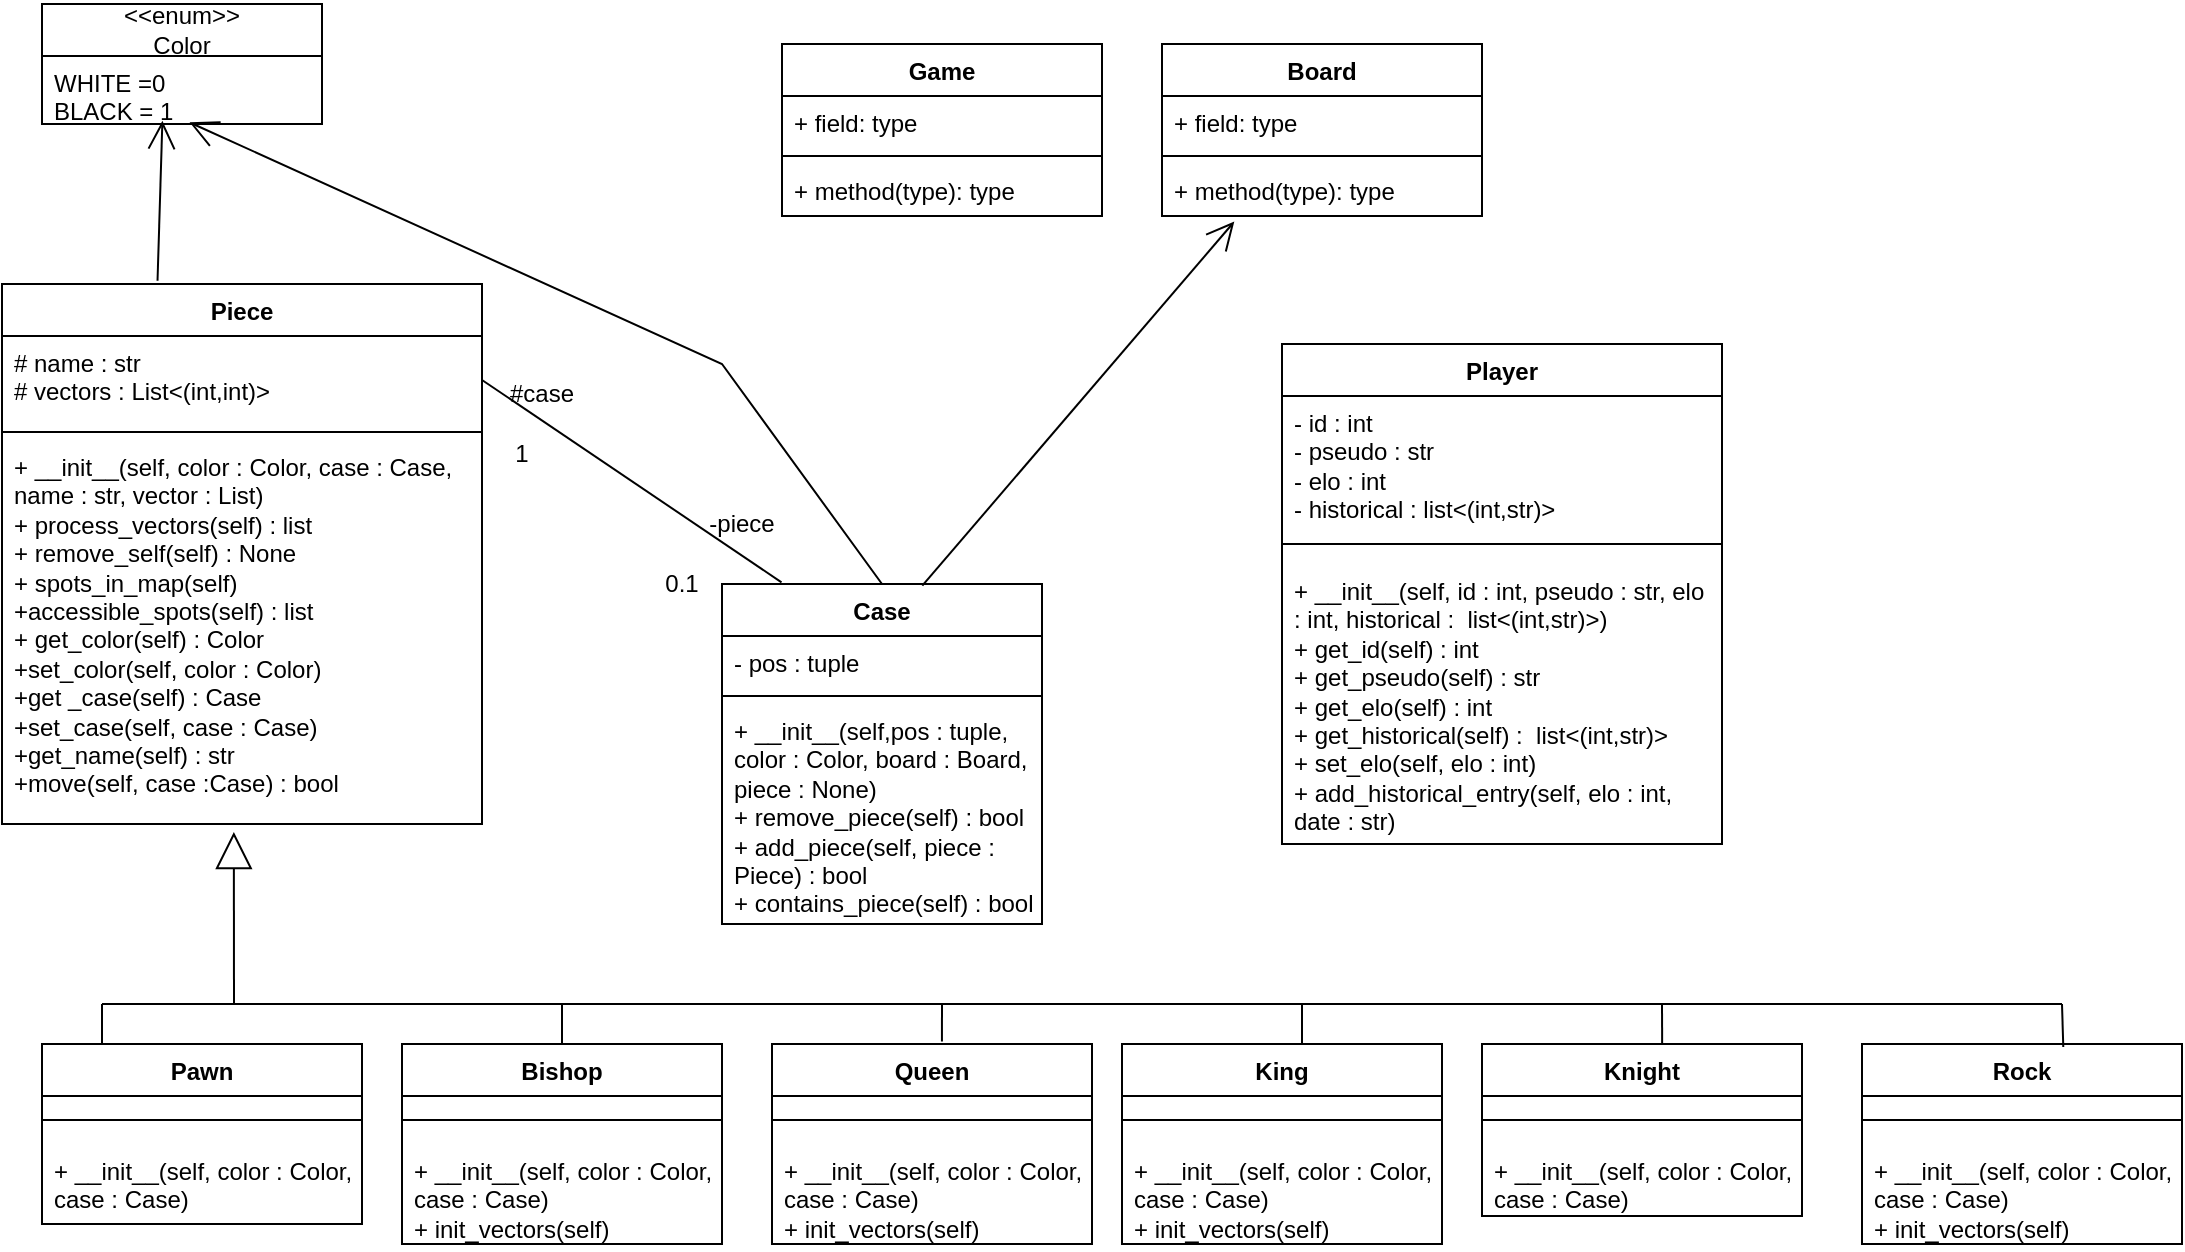
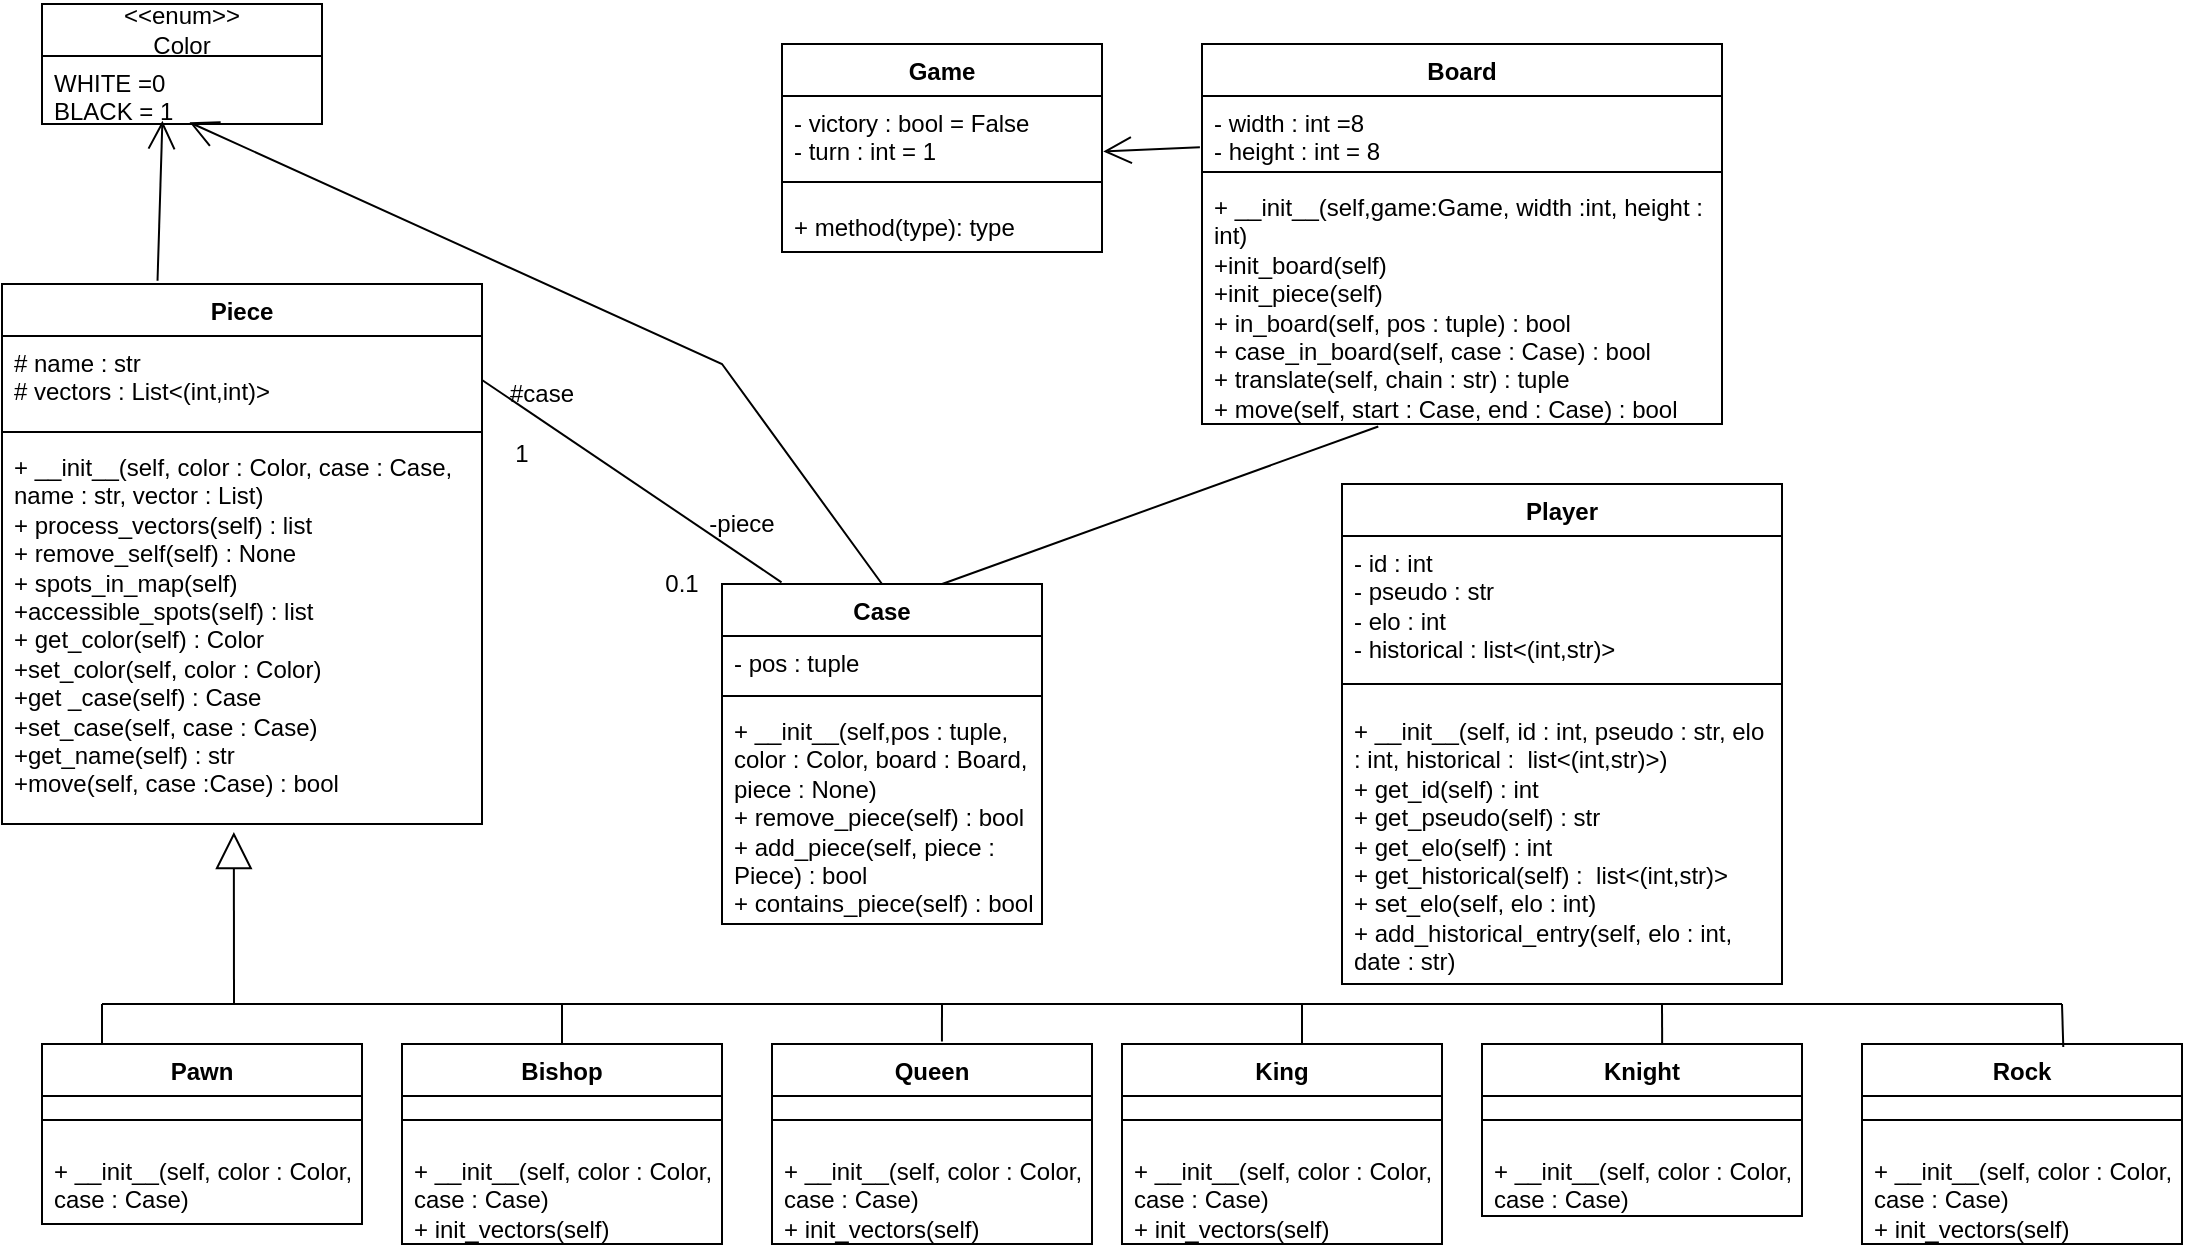
<mxfile host="app.diagrams.net" agent="Mozilla/5.0 (X11; Linux x86_64; rv:146.0) Gecko/20100101 Firefox/146.0" version="29.1.1">
  <diagram name="Page-1" id="ue2nzu8fp39hdbNQRuWm">
    <mxGraphModel dx="1053" dy="668" grid="1" gridSize="10" guides="1" tooltips="1" connect="1" arrows="1" fold="1" page="1" pageScale="1" pageWidth="1169" pageHeight="1654" math="0" shadow="0">
      <root>
        <mxCell id="0" />
        <mxCell id="1" parent="0" />
        <mxCell id="S0ea2ZYKpIamfI4VXVso-1" parent="1" style="swimlane;fontStyle=1;align=center;verticalAlign=top;childLayout=stackLayout;horizontal=1;startSize=26;horizontalStack=0;resizeParent=1;resizeParentMax=0;resizeLast=0;collapsible=1;marginBottom=0;whiteSpace=wrap;html=1;" value="Player" vertex="1">
-           <mxGeometry height="250" width="220" x="690" y="270" as="geometry" />
+           <mxGeometry height="250" width="220" x="720" y="340" as="geometry" />
        </mxCell>
        <mxCell id="S0ea2ZYKpIamfI4VXVso-2" parent="S0ea2ZYKpIamfI4VXVso-1" style="text;strokeColor=none;fillColor=none;align=left;verticalAlign=top;spacingLeft=4;spacingRight=4;overflow=hidden;rotatable=0;points=[[0,0.5],[1,0.5]];portConstraint=eastwest;whiteSpace=wrap;html=1;" value="&lt;div&gt;- id : int&lt;/div&gt;&lt;div&gt;- pseudo : str&lt;/div&gt;&lt;div&gt;- elo : int&lt;/div&gt;&lt;div&gt;- historical : list&amp;lt;(int,str)&amp;gt;&lt;/div&gt;" vertex="1">
          <mxGeometry height="64" width="220" y="26" as="geometry" />
        </mxCell>
        <mxCell id="S0ea2ZYKpIamfI4VXVso-3" parent="S0ea2ZYKpIamfI4VXVso-1" style="line;strokeWidth=1;fillColor=none;align=left;verticalAlign=middle;spacingTop=-1;spacingLeft=3;spacingRight=3;rotatable=0;labelPosition=right;points=[];portConstraint=eastwest;strokeColor=inherit;" value="" vertex="1">
          <mxGeometry height="20" width="220" y="90" as="geometry" />
        </mxCell>
        <mxCell id="S0ea2ZYKpIamfI4VXVso-4" parent="S0ea2ZYKpIamfI4VXVso-1" style="text;strokeColor=none;fillColor=none;align=left;verticalAlign=top;spacingLeft=4;spacingRight=4;overflow=hidden;rotatable=0;points=[[0,0.5],[1,0.5]];portConstraint=eastwest;whiteSpace=wrap;html=1;" value="&lt;div&gt;+ __init__(self, id : int, pseudo : str, elo : int, historical :&amp;nbsp; list&amp;lt;(int,str)&amp;gt;)&lt;/div&gt;&lt;div&gt;+ get_id(self) : int&lt;/div&gt;&lt;div&gt;+ get_pseudo(self) : str&lt;/div&gt;&lt;div&gt;+ get_elo(self) : int&lt;/div&gt;&lt;div&gt;+ get_historical(self) :&amp;nbsp; list&amp;lt;(int,str)&amp;gt;&lt;/div&gt;&lt;div&gt;+ set_elo(self, elo : int)&lt;/div&gt;&lt;div&gt;+ add_historical_entry(self, elo : int, date : str)&lt;/div&gt;" vertex="1">
          <mxGeometry height="140" width="220" y="110" as="geometry" />
        </mxCell>
        <mxCell id="S0ea2ZYKpIamfI4VXVso-5" parent="1" style="swimlane;fontStyle=1;align=center;verticalAlign=top;childLayout=stackLayout;horizontal=1;startSize=26;horizontalStack=0;resizeParent=1;resizeParentMax=0;resizeLast=0;collapsible=1;marginBottom=0;whiteSpace=wrap;html=1;" value="Game" vertex="1">
-           <mxGeometry height="86" width="160" x="440" y="120" as="geometry" />
-         </mxCell>
-         <mxCell id="S0ea2ZYKpIamfI4VXVso-6" parent="S0ea2ZYKpIamfI4VXVso-5" style="text;strokeColor=none;fillColor=none;align=left;verticalAlign=top;spacingLeft=4;spacingRight=4;overflow=hidden;rotatable=0;points=[[0,0.5],[1,0.5]];portConstraint=eastwest;whiteSpace=wrap;html=1;" value="+ field: type" vertex="1">
-           <mxGeometry height="26" width="160" y="26" as="geometry" />
+           <mxGeometry height="104" width="160" x="440" y="120" as="geometry" />
+         </mxCell>
+         <mxCell id="S0ea2ZYKpIamfI4VXVso-6" parent="S0ea2ZYKpIamfI4VXVso-5" style="text;strokeColor=none;fillColor=none;align=left;verticalAlign=top;spacingLeft=4;spacingRight=4;overflow=hidden;rotatable=0;points=[[0,0.5],[1,0.5]];portConstraint=eastwest;whiteSpace=wrap;html=1;" value="&lt;div&gt;- victory : bool = False&lt;/div&gt;&lt;div&gt;- turn : int = 1&lt;/div&gt;" vertex="1">
+           <mxGeometry height="34" width="160" y="26" as="geometry" />
        </mxCell>
        <mxCell id="S0ea2ZYKpIamfI4VXVso-7" parent="S0ea2ZYKpIamfI4VXVso-5" style="line;strokeWidth=1;fillColor=none;align=left;verticalAlign=middle;spacingTop=-1;spacingLeft=3;spacingRight=3;rotatable=0;labelPosition=right;points=[];portConstraint=eastwest;strokeColor=inherit;" value="" vertex="1">
-           <mxGeometry height="8" width="160" y="52" as="geometry" />
+           <mxGeometry height="18" width="160" y="60" as="geometry" />
        </mxCell>
        <mxCell id="S0ea2ZYKpIamfI4VXVso-8" parent="S0ea2ZYKpIamfI4VXVso-5" style="text;strokeColor=none;fillColor=none;align=left;verticalAlign=top;spacingLeft=4;spacingRight=4;overflow=hidden;rotatable=0;points=[[0,0.5],[1,0.5]];portConstraint=eastwest;whiteSpace=wrap;html=1;" value="+ method(type): type" vertex="1">
-           <mxGeometry height="26" width="160" y="60" as="geometry" />
+           <mxGeometry height="26" width="160" y="78" as="geometry" />
        </mxCell>
        <mxCell id="S0ea2ZYKpIamfI4VXVso-9" parent="1" style="swimlane;fontStyle=1;align=center;verticalAlign=top;childLayout=stackLayout;horizontal=1;startSize=26;horizontalStack=0;resizeParent=1;resizeParentMax=0;resizeLast=0;collapsible=1;marginBottom=0;whiteSpace=wrap;html=1;" value="Board" vertex="1">
-           <mxGeometry height="86" width="160" x="630" y="120" as="geometry" />
-         </mxCell>
-         <mxCell id="S0ea2ZYKpIamfI4VXVso-10" parent="S0ea2ZYKpIamfI4VXVso-9" style="text;strokeColor=none;fillColor=none;align=left;verticalAlign=top;spacingLeft=4;spacingRight=4;overflow=hidden;rotatable=0;points=[[0,0.5],[1,0.5]];portConstraint=eastwest;whiteSpace=wrap;html=1;" value="+ field: type" vertex="1">
-           <mxGeometry height="26" width="160" y="26" as="geometry" />
+           <mxGeometry height="190" width="260" x="650" y="120" as="geometry" />
+         </mxCell>
+         <mxCell id="S0ea2ZYKpIamfI4VXVso-10" parent="S0ea2ZYKpIamfI4VXVso-9" style="text;strokeColor=none;fillColor=none;align=left;verticalAlign=top;spacingLeft=4;spacingRight=4;overflow=hidden;rotatable=0;points=[[0,0.5],[1,0.5]];portConstraint=eastwest;whiteSpace=wrap;html=1;" value="&lt;div&gt;- width : int =8&lt;/div&gt;&lt;div&gt;- height : int = 8&lt;/div&gt;" vertex="1">
+           <mxGeometry height="34" width="260" y="26" as="geometry" />
        </mxCell>
        <mxCell id="S0ea2ZYKpIamfI4VXVso-11" parent="S0ea2ZYKpIamfI4VXVso-9" style="line;strokeWidth=1;fillColor=none;align=left;verticalAlign=middle;spacingTop=-1;spacingLeft=3;spacingRight=3;rotatable=0;labelPosition=right;points=[];portConstraint=eastwest;strokeColor=inherit;" value="" vertex="1">
-           <mxGeometry height="8" width="160" y="52" as="geometry" />
-         </mxCell>
-         <mxCell id="S0ea2ZYKpIamfI4VXVso-12" parent="S0ea2ZYKpIamfI4VXVso-9" style="text;strokeColor=none;fillColor=none;align=left;verticalAlign=top;spacingLeft=4;spacingRight=4;overflow=hidden;rotatable=0;points=[[0,0.5],[1,0.5]];portConstraint=eastwest;whiteSpace=wrap;html=1;" value="+ method(type): type" vertex="1">
-           <mxGeometry height="26" width="160" y="60" as="geometry" />
+           <mxGeometry height="8" width="260" y="60" as="geometry" />
+         </mxCell>
+         <mxCell id="S0ea2ZYKpIamfI4VXVso-12" parent="S0ea2ZYKpIamfI4VXVso-9" style="text;strokeColor=none;fillColor=none;align=left;verticalAlign=top;spacingLeft=4;spacingRight=4;overflow=hidden;rotatable=0;points=[[0,0.5],[1,0.5]];portConstraint=eastwest;whiteSpace=wrap;html=1;" value="&lt;div&gt;+ __init__(self,game:Game, width :int, height : int)&lt;/div&gt;&lt;div&gt;+init_board(self)&lt;/div&gt;&lt;div&gt;+init_piece(self)&lt;/div&gt;&lt;div&gt;+ in_board(self, pos : tuple) : bool&lt;/div&gt;&lt;div&gt;+ case_in_board(self, case : Case) : bool&lt;/div&gt;&lt;div&gt;+ translate(self, chain : str) : tuple&lt;/div&gt;&lt;div&gt;+ move(self, start : Case, end : Case) : bool&lt;/div&gt;" vertex="1">
+           <mxGeometry height="122" width="260" y="68" as="geometry" />
        </mxCell>
        <mxCell id="S0ea2ZYKpIamfI4VXVso-14" parent="1" style="swimlane;fontStyle=1;align=center;verticalAlign=top;childLayout=stackLayout;horizontal=1;startSize=26;horizontalStack=0;resizeParent=1;resizeParentMax=0;resizeLast=0;collapsible=1;marginBottom=0;whiteSpace=wrap;html=1;" value="Case" vertex="1">
          <mxGeometry height="170" width="160" x="410" y="390" as="geometry" />
        </mxCell>
        <mxCell id="S0ea2ZYKpIamfI4VXVso-15" parent="S0ea2ZYKpIamfI4VXVso-14" style="text;strokeColor=none;fillColor=none;align=left;verticalAlign=top;spacingLeft=4;spacingRight=4;overflow=hidden;rotatable=0;points=[[0,0.5],[1,0.5]];portConstraint=eastwest;whiteSpace=wrap;html=1;" value="- pos : tuple" vertex="1">
          <mxGeometry height="26" width="160" y="26" as="geometry" />
        </mxCell>
        <mxCell id="S0ea2ZYKpIamfI4VXVso-16" parent="S0ea2ZYKpIamfI4VXVso-14" style="line;strokeWidth=1;fillColor=none;align=left;verticalAlign=middle;spacingTop=-1;spacingLeft=3;spacingRight=3;rotatable=0;labelPosition=right;points=[];portConstraint=eastwest;strokeColor=inherit;" value="" vertex="1">
          <mxGeometry height="8" width="160" y="52" as="geometry" />
        </mxCell>
        <mxCell id="S0ea2ZYKpIamfI4VXVso-17" parent="S0ea2ZYKpIamfI4VXVso-14" style="text;strokeColor=none;fillColor=none;align=left;verticalAlign=top;spacingLeft=4;spacingRight=4;overflow=hidden;rotatable=0;points=[[0,0.5],[1,0.5]];portConstraint=eastwest;whiteSpace=wrap;html=1;" value="&lt;div&gt;+ __init__(self,pos : tuple, color : Color, board : Board, piece : None)&lt;/div&gt;&lt;div&gt;+ remove_piece(self) : bool&lt;/div&gt;&lt;div&gt;+ add_piece(self, piece : Piece) : bool&lt;/div&gt;&lt;div&gt;+ contains_piece(self) : bool&lt;/div&gt;" vertex="1">
          <mxGeometry height="110" width="160" y="60" as="geometry" />
        </mxCell>
        <mxCell id="S0ea2ZYKpIamfI4VXVso-18" parent="1" style="swimlane;fontStyle=1;align=center;verticalAlign=top;childLayout=stackLayout;horizontal=1;startSize=26;horizontalStack=0;resizeParent=1;resizeParentMax=0;resizeLast=0;collapsible=1;marginBottom=0;whiteSpace=wrap;html=1;" value="Piece" vertex="1">
          <mxGeometry height="270" width="240" x="50" y="240" as="geometry" />
        </mxCell>
        <mxCell id="S0ea2ZYKpIamfI4VXVso-19" parent="S0ea2ZYKpIamfI4VXVso-18" style="text;strokeColor=none;fillColor=none;align=left;verticalAlign=top;spacingLeft=4;spacingRight=4;overflow=hidden;rotatable=0;points=[[0,0.5],[1,0.5]];portConstraint=eastwest;whiteSpace=wrap;html=1;" value="&lt;div&gt;# name : str&lt;/div&gt;&lt;div&gt;# vectors : List&amp;lt;(int,int)&amp;gt;&lt;/div&gt;" vertex="1">
          <mxGeometry height="44" width="240" y="26" as="geometry" />
        </mxCell>
        <mxCell id="S0ea2ZYKpIamfI4VXVso-20" parent="S0ea2ZYKpIamfI4VXVso-18" style="line;strokeWidth=1;fillColor=none;align=left;verticalAlign=middle;spacingTop=-1;spacingLeft=3;spacingRight=3;rotatable=0;labelPosition=right;points=[];portConstraint=eastwest;strokeColor=inherit;" value="" vertex="1">
          <mxGeometry height="8" width="240" y="70" as="geometry" />
        </mxCell>
        <mxCell id="S0ea2ZYKpIamfI4VXVso-21" parent="S0ea2ZYKpIamfI4VXVso-18" style="text;strokeColor=none;fillColor=none;align=left;verticalAlign=top;spacingLeft=4;spacingRight=4;overflow=hidden;rotatable=0;points=[[0,0.5],[1,0.5]];portConstraint=eastwest;whiteSpace=wrap;html=1;" value="&lt;div&gt;+ __init__(self, color : Color, case : Case, name : str, vector : List)&lt;/div&gt;&lt;div&gt;+ process_vectors(self) : list&lt;/div&gt;&lt;div&gt;+ remove_self(self) : None&lt;/div&gt;&lt;div&gt;+ spots_in_map(self)&lt;/div&gt;&lt;div&gt;+accessible_spots(self) : list&lt;/div&gt;&lt;div&gt;+ get_color(self) : Color&lt;/div&gt;&lt;div&gt;+set_color(self, color : Color)&lt;/div&gt;&lt;div&gt;+get _case(self) : Case&lt;/div&gt;&lt;div&gt;+set_case(self, case : Case)&lt;/div&gt;&lt;div&gt;+get_name(self) : str&lt;/div&gt;&lt;div&gt;+move(self, case :Case) : bool&lt;/div&gt;" vertex="1">
          <mxGeometry height="192" width="240" y="78" as="geometry" />
        </mxCell>
        <mxCell id="S0ea2ZYKpIamfI4VXVso-22" parent="1" style="swimlane;fontStyle=1;align=center;verticalAlign=top;childLayout=stackLayout;horizontal=1;startSize=26;horizontalStack=0;resizeParent=1;resizeParentMax=0;resizeLast=0;collapsible=1;marginBottom=0;whiteSpace=wrap;html=1;" value="Pawn" vertex="1">
          <mxGeometry height="90" width="160" x="70" y="620" as="geometry" />
        </mxCell>
        <mxCell id="S0ea2ZYKpIamfI4VXVso-24" parent="S0ea2ZYKpIamfI4VXVso-22" style="line;strokeWidth=1;fillColor=none;align=left;verticalAlign=middle;spacingTop=-1;spacingLeft=3;spacingRight=3;rotatable=0;labelPosition=right;points=[];portConstraint=eastwest;strokeColor=inherit;" value="" vertex="1">
          <mxGeometry height="24" width="160" y="26" as="geometry" />
        </mxCell>
        <mxCell id="S0ea2ZYKpIamfI4VXVso-25" parent="S0ea2ZYKpIamfI4VXVso-22" style="text;strokeColor=none;fillColor=none;align=left;verticalAlign=top;spacingLeft=4;spacingRight=4;overflow=hidden;rotatable=0;points=[[0,0.5],[1,0.5]];portConstraint=eastwest;whiteSpace=wrap;html=1;" value="&lt;div&gt;+ __init__(self, color : Color, case : Case)&lt;/div&gt;" vertex="1">
          <mxGeometry height="40" width="160" y="50" as="geometry" />
        </mxCell>
        <mxCell id="S0ea2ZYKpIamfI4VXVso-27" parent="1" style="swimlane;fontStyle=1;align=center;verticalAlign=top;childLayout=stackLayout;horizontal=1;startSize=26;horizontalStack=0;resizeParent=1;resizeParentMax=0;resizeLast=0;collapsible=1;marginBottom=0;whiteSpace=wrap;html=1;" value="Bishop" vertex="1">
          <mxGeometry height="100" width="160" x="250" y="620" as="geometry" />
        </mxCell>
        <mxCell id="S0ea2ZYKpIamfI4VXVso-29" parent="S0ea2ZYKpIamfI4VXVso-27" style="line;strokeWidth=1;fillColor=none;align=left;verticalAlign=middle;spacingTop=-1;spacingLeft=3;spacingRight=3;rotatable=0;labelPosition=right;points=[];portConstraint=eastwest;strokeColor=inherit;" value="" vertex="1">
          <mxGeometry height="24" width="160" y="26" as="geometry" />
        </mxCell>
        <mxCell id="S0ea2ZYKpIamfI4VXVso-30" parent="S0ea2ZYKpIamfI4VXVso-27" style="text;strokeColor=none;fillColor=none;align=left;verticalAlign=top;spacingLeft=4;spacingRight=4;overflow=hidden;rotatable=0;points=[[0,0.5],[1,0.5]];portConstraint=eastwest;whiteSpace=wrap;html=1;" value="&lt;div&gt;+ __init__(self, color : Color, case : Case)&lt;/div&gt;&lt;div&gt;+ init_vectors(self)&lt;/div&gt;" vertex="1">
          <mxGeometry height="50" width="160" y="50" as="geometry" />
        </mxCell>
        <mxCell id="S0ea2ZYKpIamfI4VXVso-31" parent="1" style="swimlane;fontStyle=1;align=center;verticalAlign=top;childLayout=stackLayout;horizontal=1;startSize=26;horizontalStack=0;resizeParent=1;resizeParentMax=0;resizeLast=0;collapsible=1;marginBottom=0;whiteSpace=wrap;html=1;" value="Queen" vertex="1">
          <mxGeometry height="100" width="160" x="435" y="620" as="geometry" />
        </mxCell>
        <mxCell id="S0ea2ZYKpIamfI4VXVso-33" parent="S0ea2ZYKpIamfI4VXVso-31" style="line;strokeWidth=1;fillColor=none;align=left;verticalAlign=middle;spacingTop=-1;spacingLeft=3;spacingRight=3;rotatable=0;labelPosition=right;points=[];portConstraint=eastwest;strokeColor=inherit;" value="" vertex="1">
          <mxGeometry height="24" width="160" y="26" as="geometry" />
        </mxCell>
        <mxCell id="S0ea2ZYKpIamfI4VXVso-34" parent="S0ea2ZYKpIamfI4VXVso-31" style="text;strokeColor=none;fillColor=none;align=left;verticalAlign=top;spacingLeft=4;spacingRight=4;overflow=hidden;rotatable=0;points=[[0,0.5],[1,0.5]];portConstraint=eastwest;whiteSpace=wrap;html=1;" value="&lt;div&gt;+ __init__(self, color : Color, case : Case)&lt;/div&gt;&lt;div&gt;+ init_vectors(self)&lt;/div&gt;" vertex="1">
          <mxGeometry height="50" width="160" y="50" as="geometry" />
        </mxCell>
        <mxCell id="S0ea2ZYKpIamfI4VXVso-35" parent="1" style="swimlane;fontStyle=1;align=center;verticalAlign=top;childLayout=stackLayout;horizontal=1;startSize=26;horizontalStack=0;resizeParent=1;resizeParentMax=0;resizeLast=0;collapsible=1;marginBottom=0;whiteSpace=wrap;html=1;" value="King" vertex="1">
          <mxGeometry height="100" width="160" x="610" y="620" as="geometry" />
        </mxCell>
        <mxCell id="S0ea2ZYKpIamfI4VXVso-37" parent="S0ea2ZYKpIamfI4VXVso-35" style="line;strokeWidth=1;fillColor=none;align=left;verticalAlign=middle;spacingTop=-1;spacingLeft=3;spacingRight=3;rotatable=0;labelPosition=right;points=[];portConstraint=eastwest;strokeColor=inherit;" value="" vertex="1">
          <mxGeometry height="24" width="160" y="26" as="geometry" />
        </mxCell>
        <mxCell id="S0ea2ZYKpIamfI4VXVso-38" parent="S0ea2ZYKpIamfI4VXVso-35" style="text;strokeColor=none;fillColor=none;align=left;verticalAlign=top;spacingLeft=4;spacingRight=4;overflow=hidden;rotatable=0;points=[[0,0.5],[1,0.5]];portConstraint=eastwest;whiteSpace=wrap;html=1;" value="&lt;div&gt;+ __init__(self, color : Color, case : Case)&lt;/div&gt;&lt;div&gt;+ init_vectors(self)&lt;/div&gt;" vertex="1">
          <mxGeometry height="50" width="160" y="50" as="geometry" />
        </mxCell>
        <mxCell id="S0ea2ZYKpIamfI4VXVso-39" parent="1" style="swimlane;fontStyle=1;align=center;verticalAlign=top;childLayout=stackLayout;horizontal=1;startSize=26;horizontalStack=0;resizeParent=1;resizeParentMax=0;resizeLast=0;collapsible=1;marginBottom=0;whiteSpace=wrap;html=1;" value="Knight" vertex="1">
          <mxGeometry height="86" width="160" x="790" y="620" as="geometry" />
        </mxCell>
        <mxCell id="S0ea2ZYKpIamfI4VXVso-41" parent="S0ea2ZYKpIamfI4VXVso-39" style="line;strokeWidth=1;fillColor=none;align=left;verticalAlign=middle;spacingTop=-1;spacingLeft=3;spacingRight=3;rotatable=0;labelPosition=right;points=[];portConstraint=eastwest;strokeColor=inherit;" value="" vertex="1">
          <mxGeometry height="24" width="160" y="26" as="geometry" />
        </mxCell>
        <mxCell id="S0ea2ZYKpIamfI4VXVso-42" parent="S0ea2ZYKpIamfI4VXVso-39" style="text;strokeColor=none;fillColor=none;align=left;verticalAlign=top;spacingLeft=4;spacingRight=4;overflow=hidden;rotatable=0;points=[[0,0.5],[1,0.5]];portConstraint=eastwest;whiteSpace=wrap;html=1;" value="&lt;div&gt;+ __init__(self, color : Color, case : Case)&lt;/div&gt;" vertex="1">
          <mxGeometry height="36" width="160" y="50" as="geometry" />
        </mxCell>
        <mxCell id="S0ea2ZYKpIamfI4VXVso-43" parent="1" style="swimlane;fontStyle=1;align=center;verticalAlign=top;childLayout=stackLayout;horizontal=1;startSize=26;horizontalStack=0;resizeParent=1;resizeParentMax=0;resizeLast=0;collapsible=1;marginBottom=0;whiteSpace=wrap;html=1;" value="Rock" vertex="1">
          <mxGeometry height="100" width="160" x="980" y="620" as="geometry" />
        </mxCell>
        <mxCell id="S0ea2ZYKpIamfI4VXVso-45" parent="S0ea2ZYKpIamfI4VXVso-43" style="line;strokeWidth=1;fillColor=none;align=left;verticalAlign=middle;spacingTop=-1;spacingLeft=3;spacingRight=3;rotatable=0;labelPosition=right;points=[];portConstraint=eastwest;strokeColor=inherit;" value="" vertex="1">
          <mxGeometry height="24" width="160" y="26" as="geometry" />
        </mxCell>
        <mxCell id="S0ea2ZYKpIamfI4VXVso-46" parent="S0ea2ZYKpIamfI4VXVso-43" style="text;strokeColor=none;fillColor=none;align=left;verticalAlign=top;spacingLeft=4;spacingRight=4;overflow=hidden;rotatable=0;points=[[0,0.5],[1,0.5]];portConstraint=eastwest;whiteSpace=wrap;html=1;" value="&lt;div&gt;+ __init__(self, color : Color, case : Case)&lt;/div&gt;&lt;div&gt;+ init_vectors(self)&lt;/div&gt;" vertex="1">
          <mxGeometry height="50" width="160" y="50" as="geometry" />
        </mxCell>
        <mxCell id="RvrVx3QbLvxbVOcMWla0-1" edge="1" parent="1" style="endArrow=block;endSize=16;endFill=0;html=1;rounded=0;entryX=0.483;entryY=1.021;entryDx=0;entryDy=0;entryPerimeter=0;" target="S0ea2ZYKpIamfI4VXVso-21" value="">
          <mxGeometry relative="1" width="160" as="geometry">
            <mxPoint x="166" y="600" as="sourcePoint" />
            <mxPoint x="390" y="570" as="targetPoint" />
          </mxGeometry>
        </mxCell>
        <mxCell id="RvrVx3QbLvxbVOcMWla0-3" edge="1" parent="1" style="endArrow=none;html=1;rounded=0;" value="">
          <mxGeometry height="50" relative="1" width="50" as="geometry">
            <mxPoint x="100" y="600" as="sourcePoint" />
            <mxPoint x="1080" y="600" as="targetPoint" />
          </mxGeometry>
        </mxCell>
        <mxCell id="RvrVx3QbLvxbVOcMWla0-4" edge="1" parent="1" style="endArrow=none;html=1;rounded=0;" value="">
          <mxGeometry height="50" relative="1" width="50" as="geometry">
            <mxPoint x="100" y="620" as="sourcePoint" />
            <mxPoint x="100" y="600" as="targetPoint" />
          </mxGeometry>
        </mxCell>
        <mxCell id="RvrVx3QbLvxbVOcMWla0-5" edge="1" parent="1" source="S0ea2ZYKpIamfI4VXVso-27" style="endArrow=none;html=1;rounded=0;exitX=0.5;exitY=0;exitDx=0;exitDy=0;" value="">
          <mxGeometry height="50" relative="1" width="50" as="geometry">
            <mxPoint x="110" y="630" as="sourcePoint" />
            <mxPoint x="330" y="600" as="targetPoint" />
          </mxGeometry>
        </mxCell>
        <mxCell id="RvrVx3QbLvxbVOcMWla0-7" edge="1" parent="1" source="S0ea2ZYKpIamfI4VXVso-31" style="endArrow=none;html=1;rounded=0;exitX=0.531;exitY=-0.012;exitDx=0;exitDy=0;exitPerimeter=0;" value="">
          <mxGeometry height="50" relative="1" width="50" as="geometry">
            <mxPoint x="340" y="630" as="sourcePoint" />
            <mxPoint x="520" y="600" as="targetPoint" />
          </mxGeometry>
        </mxCell>
        <mxCell id="RvrVx3QbLvxbVOcMWla0-8" edge="1" parent="1" style="endArrow=none;html=1;rounded=0;" value="">
          <mxGeometry height="50" relative="1" width="50" as="geometry">
            <mxPoint x="700" y="620" as="sourcePoint" />
            <mxPoint x="700" y="600" as="targetPoint" />
          </mxGeometry>
        </mxCell>
        <mxCell id="RvrVx3QbLvxbVOcMWla0-9" edge="1" parent="1" source="S0ea2ZYKpIamfI4VXVso-39" style="endArrow=none;html=1;rounded=0;exitX=0.563;exitY=-0.005;exitDx=0;exitDy=0;exitPerimeter=0;" value="">
          <mxGeometry height="50" relative="1" width="50" as="geometry">
            <mxPoint x="710" y="630" as="sourcePoint" />
            <mxPoint x="880" y="600" as="targetPoint" />
          </mxGeometry>
        </mxCell>
        <mxCell id="RvrVx3QbLvxbVOcMWla0-10" edge="1" parent="1" source="S0ea2ZYKpIamfI4VXVso-43" style="endArrow=none;html=1;rounded=0;exitX=0.629;exitY=0.015;exitDx=0;exitDy=0;exitPerimeter=0;" value="">
          <mxGeometry height="50" relative="1" width="50" as="geometry">
            <mxPoint x="1060" y="618" as="sourcePoint" />
            <mxPoint x="1080" y="600" as="targetPoint" />
          </mxGeometry>
        </mxCell>
        <mxCell id="RvrVx3QbLvxbVOcMWla0-11" parent="1" style="swimlane;fontStyle=0;childLayout=stackLayout;horizontal=1;startSize=26;fillColor=none;horizontalStack=0;resizeParent=1;resizeParentMax=0;resizeLast=0;collapsible=1;marginBottom=0;whiteSpace=wrap;html=1;" value="&amp;lt;&amp;lt;enum&amp;gt;&amp;gt;&lt;br&gt;Color" vertex="1">
          <mxGeometry height="60" width="140" x="70" y="100" as="geometry" />
        </mxCell>
        <mxCell id="RvrVx3QbLvxbVOcMWla0-12" parent="RvrVx3QbLvxbVOcMWla0-11" style="text;strokeColor=none;fillColor=none;align=left;verticalAlign=top;spacingLeft=4;spacingRight=4;overflow=hidden;rotatable=0;points=[[0,0.5],[1,0.5]];portConstraint=eastwest;whiteSpace=wrap;html=1;" value="&lt;div&gt;WHITE =0&lt;/div&gt;&lt;div&gt;BLACK = 1&lt;/div&gt;" vertex="1">
          <mxGeometry height="34" width="140" y="26" as="geometry" />
        </mxCell>
        <mxCell id="RvrVx3QbLvxbVOcMWla0-15" edge="1" parent="1" source="S0ea2ZYKpIamfI4VXVso-19" style="endArrow=none;html=1;rounded=0;exitX=1;exitY=0.5;exitDx=0;exitDy=0;entryX=0.186;entryY=-0.005;entryDx=0;entryDy=0;entryPerimeter=0;" target="S0ea2ZYKpIamfI4VXVso-14" value="">
          <mxGeometry height="50" relative="1" width="50" as="geometry">
            <mxPoint x="480" y="440" as="sourcePoint" />
            <mxPoint x="530" y="390" as="targetPoint" />
          </mxGeometry>
        </mxCell>
        <mxCell id="RvrVx3QbLvxbVOcMWla0-16" parent="1" style="text;html=1;whiteSpace=wrap;strokeColor=none;fillColor=none;align=center;verticalAlign=middle;rounded=0;" value="#case" vertex="1">
          <mxGeometry height="30" width="60" x="290" y="280" as="geometry" />
        </mxCell>
        <mxCell id="RvrVx3QbLvxbVOcMWla0-17" parent="1" style="text;html=1;whiteSpace=wrap;strokeColor=none;fillColor=none;align=center;verticalAlign=middle;rounded=0;" value="1" vertex="1">
          <mxGeometry height="30" width="60" x="280" y="310" as="geometry" />
        </mxCell>
        <mxCell id="RvrVx3QbLvxbVOcMWla0-18" parent="1" style="text;html=1;whiteSpace=wrap;strokeColor=none;fillColor=none;align=center;verticalAlign=middle;rounded=0;" value="-piece" vertex="1">
          <mxGeometry height="20" width="40" x="400" y="350" as="geometry" />
        </mxCell>
        <mxCell id="RvrVx3QbLvxbVOcMWla0-19" parent="1" style="text;html=1;whiteSpace=wrap;strokeColor=none;fillColor=none;align=center;verticalAlign=middle;rounded=0;" value="0.1" vertex="1">
          <mxGeometry height="20" width="20" x="380" y="380" as="geometry" />
        </mxCell>
        <mxCell id="RvrVx3QbLvxbVOcMWla0-20" edge="1" parent="1" source="S0ea2ZYKpIamfI4VXVso-18" style="endArrow=open;endFill=1;endSize=12;html=1;rounded=0;entryX=0.43;entryY=0.953;entryDx=0;entryDy=0;entryPerimeter=0;exitX=0.324;exitY=-0.006;exitDx=0;exitDy=0;exitPerimeter=0;" target="RvrVx3QbLvxbVOcMWla0-12" value="">
          <mxGeometry relative="1" width="160" as="geometry">
            <mxPoint x="420" y="410" as="sourcePoint" />
            <mxPoint x="580" y="410" as="targetPoint" />
          </mxGeometry>
        </mxCell>
        <mxCell id="RvrVx3QbLvxbVOcMWla0-21" edge="1" parent="1" source="S0ea2ZYKpIamfI4VXVso-14" style="endArrow=open;endFill=1;endSize=12;html=1;rounded=0;entryX=0.527;entryY=0.976;entryDx=0;entryDy=0;entryPerimeter=0;exitX=0.5;exitY=0;exitDx=0;exitDy=0;" target="RvrVx3QbLvxbVOcMWla0-12" value="">
          <mxGeometry relative="1" width="160" as="geometry">
            <Array as="points">
              <mxPoint x="410" y="280" />
            </Array>
            <mxPoint x="138" y="248" as="sourcePoint" />
            <mxPoint x="140" y="188" as="targetPoint" />
          </mxGeometry>
        </mxCell>
-         <mxCell id="RvrVx3QbLvxbVOcMWla0-24" edge="1" parent="1" source="S0ea2ZYKpIamfI4VXVso-14" style="endArrow=open;endFill=1;endSize=12;html=1;rounded=0;entryX=0.226;entryY=1.108;entryDx=0;entryDy=0;entryPerimeter=0;exitX=0.626;exitY=0.005;exitDx=0;exitDy=0;exitPerimeter=0;" target="S0ea2ZYKpIamfI4VXVso-12" value="">
-           <mxGeometry relative="1" width="160" as="geometry">
-             <mxPoint x="138" y="248" as="sourcePoint" />
-             <mxPoint x="140" y="168" as="targetPoint" />
+         <mxCell id="RvrVx3QbLvxbVOcMWla0-25" edge="1" parent="1" source="S0ea2ZYKpIamfI4VXVso-10" style="endArrow=open;endFill=1;endSize=12;html=1;rounded=0;entryX=1.004;entryY=0.815;entryDx=0;entryDy=0;entryPerimeter=0;exitX=-0.004;exitY=0.754;exitDx=0;exitDy=0;exitPerimeter=0;" target="S0ea2ZYKpIamfI4VXVso-6" value="">
+           <mxGeometry relative="1" width="160" as="geometry">
+             <mxPoint x="520" y="401" as="sourcePoint" />
+             <mxPoint x="676" y="219" as="targetPoint" />
+           </mxGeometry>
+         </mxCell>
+         <mxCell id="RvrVx3QbLvxbVOcMWla0-27" edge="1" parent="1" source="S0ea2ZYKpIamfI4VXVso-12" style="endArrow=none;html=1;rounded=0;exitX=0.339;exitY=1.01;exitDx=0;exitDy=0;entryX=0.688;entryY=0;entryDx=0;entryDy=0;entryPerimeter=0;exitPerimeter=0;" target="S0ea2ZYKpIamfI4VXVso-14" value="">
+           <mxGeometry height="50" relative="1" width="50" as="geometry">
+             <mxPoint x="300" y="298" as="sourcePoint" />
+             <mxPoint x="450" y="399" as="targetPoint" />
          </mxGeometry>
        </mxCell>
      </root>
    </mxGraphModel>
  </diagram>
</mxfile>
